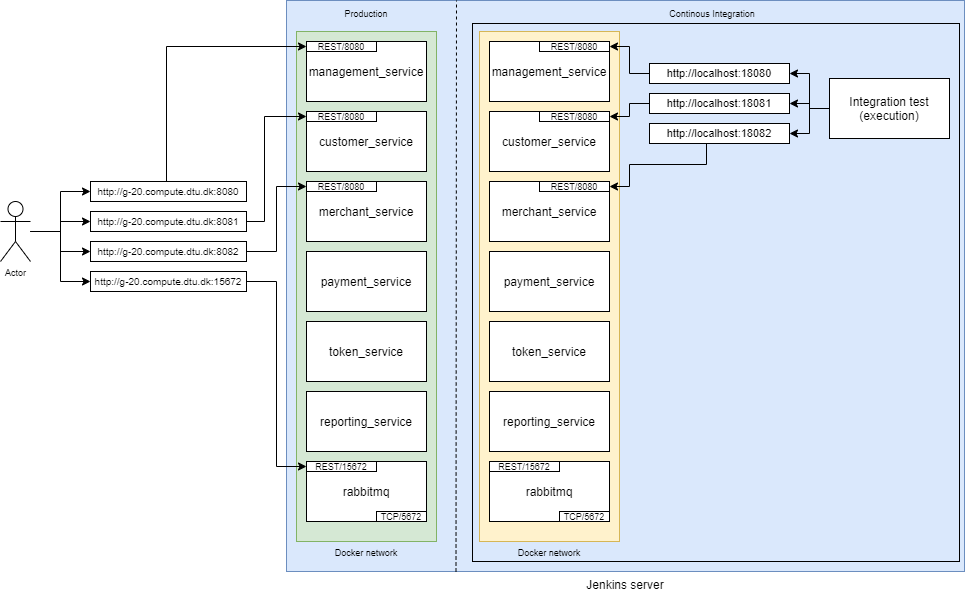
DTUPay/Webservices_Project keeps this draw.io diagram as docs/environments.png. Above is the earlier version. Source tidied: cells renumbered, new cells last; positions are measured from the earlier drawing's top-left corner, leaving out a move shared by most shapes.
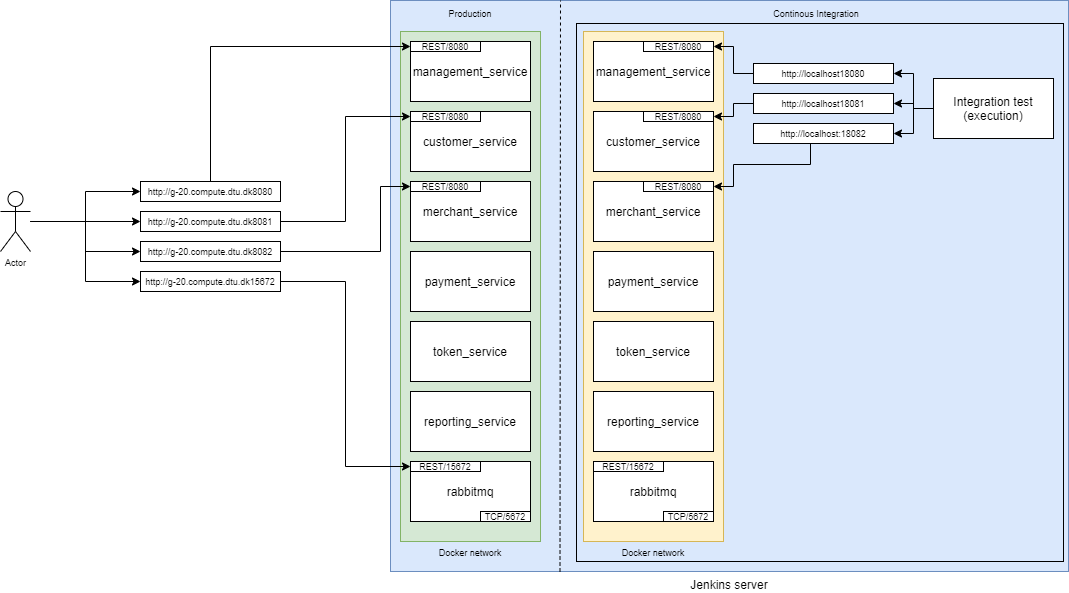
After the change.

Diff of the diagram source:
```diff
@@ -38,23 +38,18 @@
     <mxCell id="13" style="edgeStyle=orthogonalEdgeStyle;rounded=0;jettySize=auto;html=1;entryX=0;entryY=0.5;entryDx=0;entryDy=0;fontSize=9;" parent="1" edge="1" source="14" target="10">
       <mxGeometry relative="1" as="geometry">
         <Array as="points">
-          <mxPoint x="166" y="46" />
+          <mxPoint x="106" y="46" />
         </Array>
       </mxGeometry>
     </mxCell>
-    <mxCell id="14" value="http://g-20.compute.dtu.dk:8080" style="rounded=0;whiteSpace=wrap;html=1;fontSize=10;" parent="1" vertex="1">
-      <mxGeometry x="90" y="181" width="156" height="20" as="geometry" />
+    <mxCell id="14" value="http://g-20.compute.dtu.dk8080" style="rounded=0;whiteSpace=wrap;html=1;fontSize=9;" parent="1" vertex="1">
+      <mxGeometry x="36" y="181" width="140" height="20" as="geometry" />
     </mxCell>
     <mxCell id="15" style="edgeStyle=orthogonalEdgeStyle;rounded=0;jettySize=auto;html=1;entryX=0;entryY=0.5;entryDx=0;entryDy=0;fontSize=9;" parent="1" edge="1" source="16" target="11">
-      <mxGeometry relative="1" as="geometry">
-        <Array as="points">
-          <mxPoint x="264" y="221" />
-          <mxPoint x="264" y="116" />
-        </Array>
-      </mxGeometry>
+      <mxGeometry relative="1" as="geometry" />
     </mxCell>
-    <mxCell id="16" value="http://g-20.compute.dtu.dk:8081" style="rounded=0;whiteSpace=wrap;html=1;fontSize=10;" parent="1" vertex="1">
-      <mxGeometry x="90" y="211" width="156" height="20" as="geometry" />
+    <mxCell id="16" value="http://g-20.compute.dtu.dk8081" style="rounded=0;whiteSpace=wrap;html=1;fontSize=9;" parent="1" vertex="1">
+      <mxGeometry x="36" y="211" width="140" height="20" as="geometry" />
     </mxCell>
     <mxCell id="17" style="edgeStyle=orthogonalEdgeStyle;rounded=0;jettySize=auto;html=1;entryX=0;entryY=0.5;entryDx=0;entryDy=0;fontSize=9;" parent="1" edge="1" source="18" target="12">
       <mxGeometry relative="1" as="geometry">
@@ -64,8 +59,8 @@
         </Array>
       </mxGeometry>
     </mxCell>
-    <mxCell id="18" value="http://g-20.compute.dtu.dk:8082" style="rounded=0;whiteSpace=wrap;html=1;fontSize=10;" parent="1" vertex="1">
-      <mxGeometry x="90" y="241" width="156" height="20" as="geometry" />
+    <mxCell id="18" value="http://g-20.compute.dtu.dk8082" style="rounded=0;whiteSpace=wrap;html=1;fontSize=9;" parent="1" vertex="1">
+      <mxGeometry x="36" y="241" width="140" height="20" as="geometry" />
     </mxCell>
     <mxCell id="19" style="edgeStyle=orthogonalEdgeStyle;rounded=0;jettySize=auto;html=1;fontSize=9;" parent="1" edge="1" source="23" target="14">
       <mxGeometry relative="1" as="geometry" />
@@ -80,7 +75,7 @@
       <mxGeometry relative="1" as="geometry" />
     </mxCell>
     <mxCell id="23" value="Actor" style="shape=umlActor;verticalLabelPosition=bottom;verticalAlign=top;html=1;outlineConnect=0;fontSize=9;" parent="1" vertex="1">
-      <mxGeometry y="201" width="30" height="60" as="geometry" />
+      <mxGeometry x="-104" y="191" width="30" height="60" as="geometry" />
     </mxCell>
     <mxCell id="24" value="rabbitmq" style="rounded=0;whiteSpace=wrap;html=1;" parent="1" vertex="1">
       <mxGeometry x="306" y="461" width="120" height="60" as="geometry" />
@@ -88,8 +83,8 @@
     <mxCell id="25" style="edgeStyle=orthogonalEdgeStyle;rounded=0;jettySize=auto;html=1;entryX=0;entryY=0.5;entryDx=0;entryDy=0;fontSize=9;" parent="1" edge="1" source="26" target="27">
       <mxGeometry relative="1" as="geometry" />
     </mxCell>
-    <mxCell id="26" value="http://g-20.compute.dtu.dk:15672" style="rounded=0;whiteSpace=wrap;html=1;fontSize=10;" parent="1" vertex="1">
-      <mxGeometry x="90" y="271" width="156" height="20" as="geometry" />
+    <mxCell id="26" value="http://g-20.compute.dtu.dk15672" style="rounded=0;whiteSpace=wrap;html=1;fontSize=9;" parent="1" vertex="1">
+      <mxGeometry x="36" y="271" width="140" height="20" as="geometry" />
     </mxCell>
     <mxCell id="27" value="REST/15672" style="rounded=0;whiteSpace=wrap;html=1;fontSize=9;" parent="1" vertex="1">
       <mxGeometry x="306" y="461" width="70" height="10" as="geometry" />
@@ -159,13 +154,13 @@
     <mxCell id="48" style="edgeStyle=orthogonalEdgeStyle;rounded=0;jettySize=auto;html=1;entryX=1;entryY=0.5;entryDx=0;entryDy=0;fontSize=9;" parent="1" edge="1" source="49" target="36">
       <mxGeometry relative="1" as="geometry" />
     </mxCell>
-    <mxCell id="49" value="http://localhost:18080" style="rounded=0;whiteSpace=wrap;html=1;fontSize=11;" parent="1" vertex="1">
+    <mxCell id="49" value="http://localhost18080" style="rounded=0;whiteSpace=wrap;html=1;fontSize=9;" parent="1" vertex="1">
       <mxGeometry x="649" y="63" width="140" height="20" as="geometry" />
     </mxCell>
     <mxCell id="50" style="edgeStyle=orthogonalEdgeStyle;rounded=0;jettySize=auto;html=1;fontSize=9;" parent="1" edge="1" source="51" target="37">
       <mxGeometry relative="1" as="geometry" />
     </mxCell>
-    <mxCell id="51" value="http://localhost:18081" style="rounded=0;whiteSpace=wrap;html=1;fontSize=11;" parent="1" vertex="1">
+    <mxCell id="51" value="http://localhost18081" style="rounded=0;whiteSpace=wrap;html=1;fontSize=9;" parent="1" vertex="1">
       <mxGeometry x="649" y="93" width="140" height="20" as="geometry" />
     </mxCell>
     <mxCell id="52" style="edgeStyle=orthogonalEdgeStyle;rounded=0;jettySize=auto;html=1;entryX=1;entryY=0.5;entryDx=0;entryDy=0;fontSize=9;" parent="1" edge="1" source="53" target="38">
@@ -177,7 +172,7 @@
         </Array>
       </mxGeometry>
     </mxCell>
-    <mxCell id="53" value="http://localhost:18082" style="rounded=0;whiteSpace=wrap;html=1;fontSize=11;" parent="1" vertex="1">
+    <mxCell id="53" value="http://localhost:18082" style="rounded=0;whiteSpace=wrap;html=1;fontSize=9;" parent="1" vertex="1">
       <mxGeometry x="649" y="123" width="140" height="20" as="geometry" />
     </mxCell>
     <mxCell id="54" value="reporting_service" style="rounded=0;whiteSpace=wrap;html=1;" parent="1" vertex="1">
```
